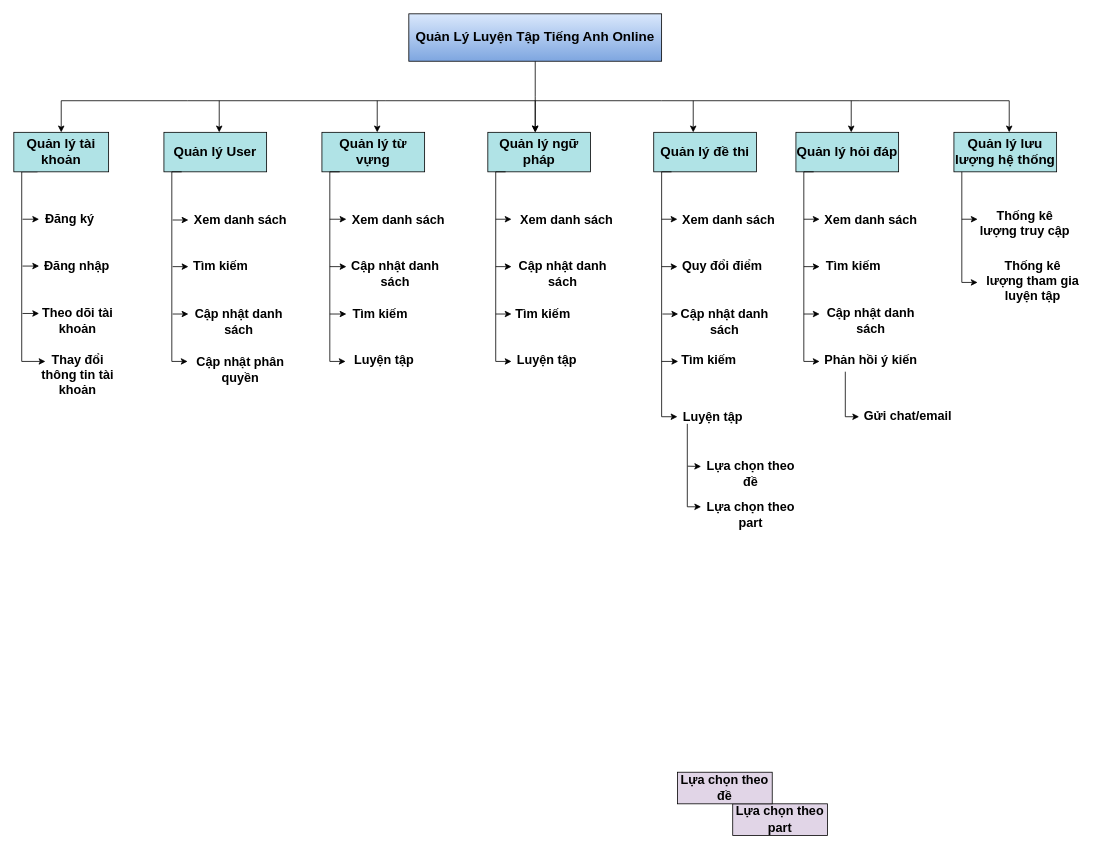
KimOanh0310/ToeicTestProject keeps this draw.io diagram as page "BFD" (1 of 6) of ToeicTestProjectDiagram.drawio. Above is the earlier version. Source tidied: cells renumbered, new cells numbered last; positions are measured from the earlier drawing's top-left corner, leaving out a move shared by most shapes. Both pictures are drawn from the tidied source at 79%, with x=0, y=0 at pixel (13, 13).
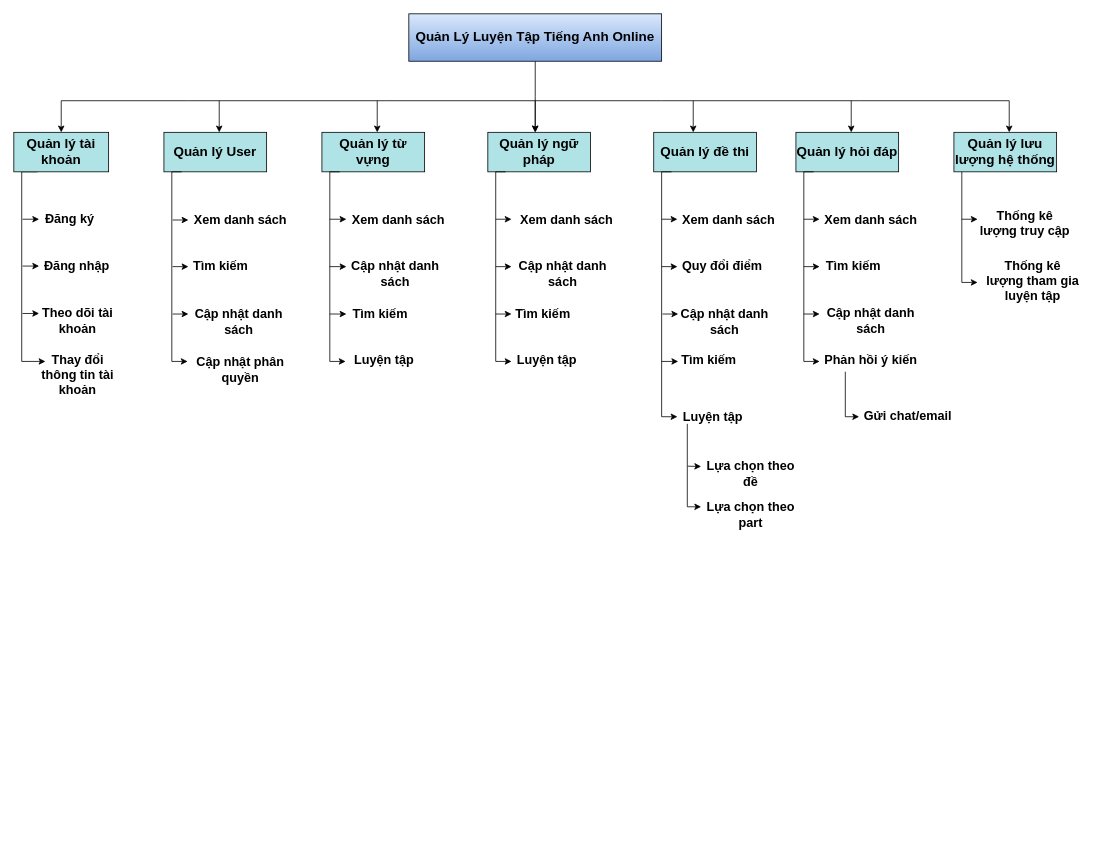
Above is the later version.

What changed in the source:
```diff
@@
-    <mxCell id="24" value="&lt;font style=&quot;font-size: 16px;&quot;&gt;&lt;b&gt;Lựa chọn theo part&lt;/b&gt;&lt;/font&gt;" style="rounded=0;whiteSpace=wrap;html=1;fontSize=17;fillColor=#e1d5e7;strokeColor=#000000;" parent="1" vertex="1">
-      <mxGeometry x="910" y="1000" width="120" height="40" as="geometry" />
-    </mxCell>
-    <mxCell id="25" value="&lt;b&gt;&lt;font style=&quot;font-size: 16px;&quot;&gt;Lựa chọn theo đề&lt;/font&gt;&lt;/b&gt;" style="rounded=0;whiteSpace=wrap;html=1;fontSize=17;fillColor=#e1d5e7;strokeColor=#000000;" parent="1" vertex="1">
-      <mxGeometry x="840" y="960" width="120" height="40" as="geometry" />
-    </mxCell>
```
